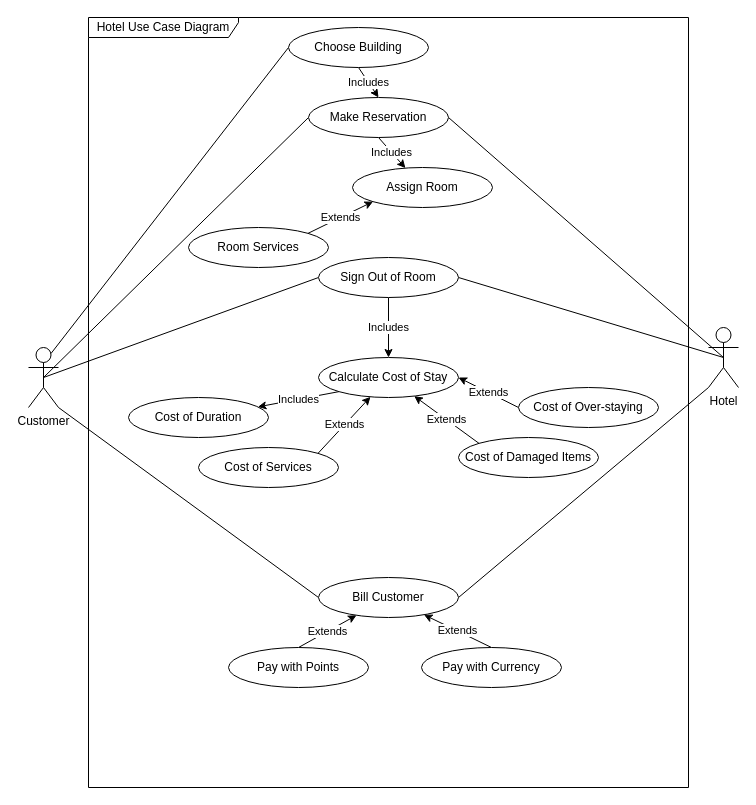
Darren-ODonnell/BusinessModellingDiagrams keeps this draw.io diagram as week1/Assign2 Hotel Use Case Diagram.drawio. Above is the earlier version. Source tidied: cells renumbered, new cells numbered last; positions are measured from the earlier drawing's top-left corner, leaving out a move shared by most shapes. Both pictures are drawn from the tidied source at 100%, with x=0, y=0 at pixel (28, 17).
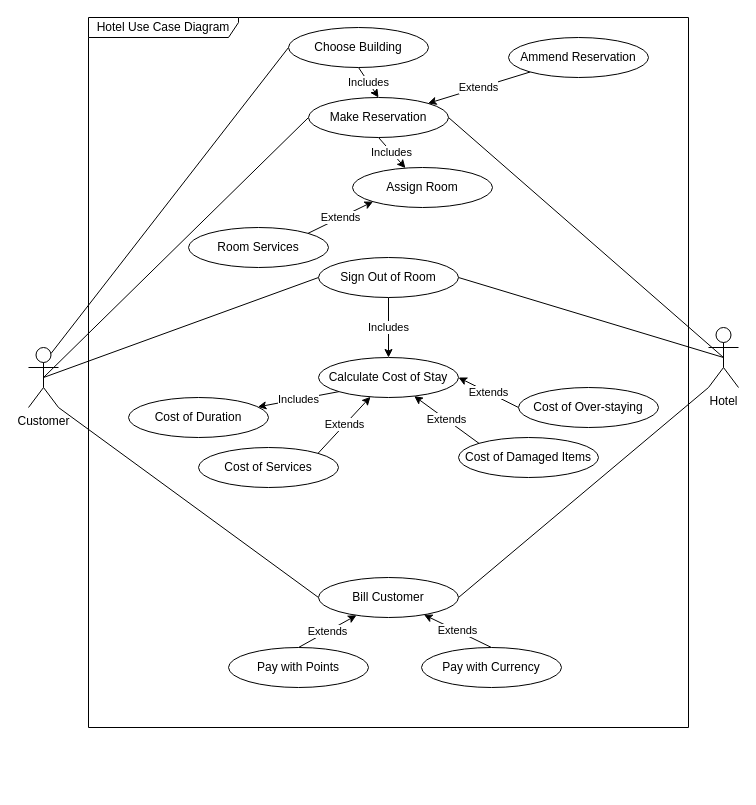
After the change.

Unchanged cells that the change refers to:
```xml
<mxCell id="12" value="Make Reservation" style="ellipse;whiteSpace=wrap;html=1;fontColor=default;strokeColor=default;fillColor=default;" parent="1" vertex="1">
  <mxGeometry x="280" y="80" width="140" height="40" as="geometry" />
</mxCell>
```

Change to the diagram source:
```diff
@@
     <mxCell id="2" value="Hotel Use Case Diagram" style="shape=umlFrame;whiteSpace=wrap;html=1;fillColor=default;strokeColor=default;fontColor=default;width=150;height=20;" parent="1" vertex="1">
-      <mxGeometry x="60" width="600" height="770" as="geometry" />
+      <mxGeometry x="60" width="600" height="710" as="geometry" />
     </mxCell>
@@
+    <mxCell id="35" value="Extends" style="rounded=0;jettySize=auto;html=1;exitX=1;exitY=0;exitDx=0;exitDy=0;startArrow=classic;startFill=1;endArrow=none;endFill=0;" parent="1" edge="1" source="12" target="36">
+      <mxGeometry relative="1" as="geometry" />
+    </mxCell>
@@
+    <mxCell id="36" value="Ammend Reservation" style="ellipse;whiteSpace=wrap;html=1;fontColor=default;strokeColor=default;fillColor=default;" parent="1" vertex="1">
+      <mxGeometry x="480" y="20" width="140" height="40" as="geometry" />
+    </mxCell>
```
